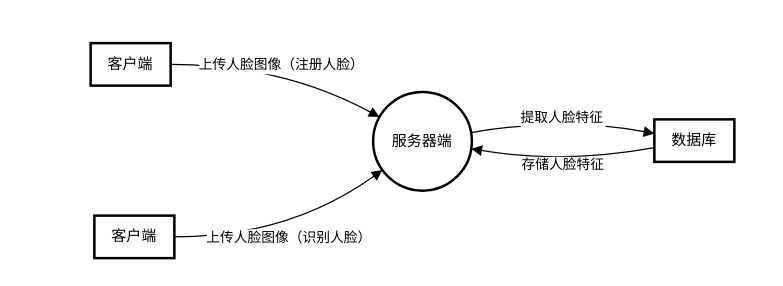
Earlier version of the draw.io diagram 未命名绘图.drawio (linlin8/advanced-java). Source tidied: cells renumbered, new cells numbered last; positions are measured from the earlier drawing's top-left corner, leaving out a move shared by most shapes. Both pictures are drawn from the tidied source at 125%, with x=0, y=0 at pixel (90, 42).
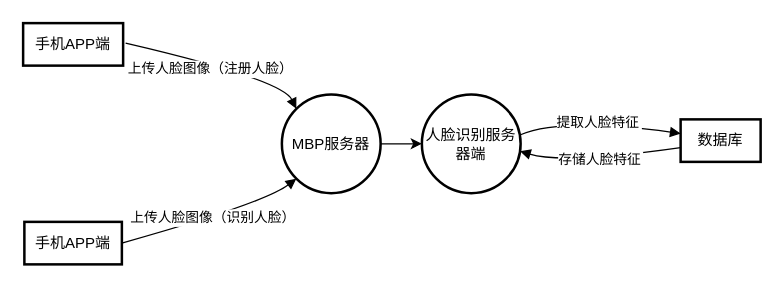
The same page after the edit.

Commit message:
更新未命名绘图.drawio

Diff of the diagram source:
```diff
@@
 <mxGraphModel>
   <root>
     <mxCell id="0" />
     <mxCell id="1" parent="0" />
-    <mxCell id="2" value="客户端" style="whiteSpace=wrap;strokeWidth=2;" parent="1" vertex="1">
-      <mxGeometry width="64" height="34" as="geometry" />
+    <mxCell id="2" value="手机APP端" style="whiteSpace=wrap;strokeWidth=2;" parent="1" vertex="1">
+      <mxGeometry x="-54" y="-16" width="80" height="34" as="geometry" />
     </mxCell>
-    <mxCell id="3" value="服务器端" style="ellipse;strokeWidth=2;whiteSpace=wrap;" parent="1" vertex="1">
-      <mxGeometry x="226" y="39" width="79" height="79" as="geometry" />
+    <mxCell id="3" value="人脸识别服务器端" style="ellipse;strokeWidth=2;whiteSpace=wrap;" parent="1" vertex="1">
+      <mxGeometry x="265" y="41" width="79" height="79" as="geometry" />
     </mxCell>
     <mxCell id="4" value="数据库" style="whiteSpace=wrap;strokeWidth=2;" parent="1" vertex="1">
-      <mxGeometry x="451" y="61" width="64" height="34" as="geometry" />
+      <mxGeometry x="472" y="61" width="64" height="34" as="geometry" />
     </mxCell>
-    <mxCell id="5" value="客户端" style="whiteSpace=wrap;strokeWidth=2;" parent="1" vertex="1">
-      <mxGeometry x="3" y="138" width="64" height="34" as="geometry" />
+    <mxCell id="5" value="手机APP端" style="whiteSpace=wrap;strokeWidth=2;" parent="1" vertex="1">
+      <mxGeometry x="-53" y="143" width="78" height="34" as="geometry" />
     </mxCell>
-    <mxCell id="6" value="上传人脸图像（注册人脸）" style="curved=1;startArrow=none;endArrow=block;exitX=0.99;exitY=0.5;entryX=0;entryY=0.22;rounded=0;" parent="1" edge="1" source="2" target="3">
-      <mxGeometry relative="1" as="geometry">
+    <mxCell id="6" value="上传人脸图像（注册人脸）" style="curved=1;startArrow=none;endArrow=block;entryX=0;entryY=0;rounded=0;entryDx=0;entryDy=0;" parent="1" edge="1" target="11">
+      <mxGeometry x="-0.08" y="-4" relative="1" as="geometry">
+        <mxPoint x="28" as="sourcePoint" />
         <Array as="points">
-          <mxPoint x="153" y="17" />
+          <mxPoint x="152.9" y="29" />
         </Array>
       </mxGeometry>
     </mxCell>
     <mxCell id="7" value="提取人脸特征" style="curved=1;startArrow=none;endArrow=block;exitX=1;exitY=0.41;entryX=-0.01;entryY=0.33;rounded=0;" parent="1" edge="1" source="3" target="4">
       <mxGeometry relative="1" as="geometry">
         <Array as="points">
           <mxPoint x="378" y="59" />
         </Array>
       </mxGeometry>
     </mxCell>
     <mxCell id="8" value="存储人脸特征" style="curved=1;startArrow=none;endArrow=block;exitX=-0.01;exitY=0.67;entryX=1;entryY=0.58;rounded=0;" parent="1" edge="1" source="4" target="3">
       <mxGeometry relative="1" as="geometry">
         <Array as="points">
           <mxPoint x="378" y="97" />
         </Array>
       </mxGeometry>
     </mxCell>
-    <mxCell id="9" value="上传人脸图像（识别人脸）" style="curved=1;startArrow=none;endArrow=block;exitX=1;exitY=0.5;rounded=0;exitDx=0;exitDy=0;" parent="1" edge="1" source="5" target="3">
-      <mxGeometry relative="1" as="geometry">
+    <mxCell id="9" value="上传人脸图像（识别人脸）" style="curved=1;startArrow=none;endArrow=block;exitX=1;exitY=0.5;rounded=0;exitDx=0;exitDy=0;entryX=0;entryY=1;entryDx=0;entryDy=0;" parent="1" edge="1" source="5" target="11">
+      <mxGeometry x="0.01" relative="1" as="geometry">
         <Array as="points">
-          <mxPoint x="159" y="155" />
+          <mxPoint x="139" y="128" />
         </Array>
       </mxGeometry>
     </mxCell>
+    <mxCell id="10" style="edgeStyle=orthogonalEdgeStyle;rounded=0;jettySize=auto;html=1;" parent="1" edge="1" source="11" target="3">
+      <mxGeometry relative="1" as="geometry" />
+    </mxCell>
+    <mxCell id="11" value="MBP服务器" style="ellipse;strokeWidth=2;whiteSpace=wrap;" parent="1" vertex="1">
+      <mxGeometry x="153" y="41" width="79" height="79" as="geometry" />
+    </mxCell>
   </root>
 </mxGraphModel>
```
